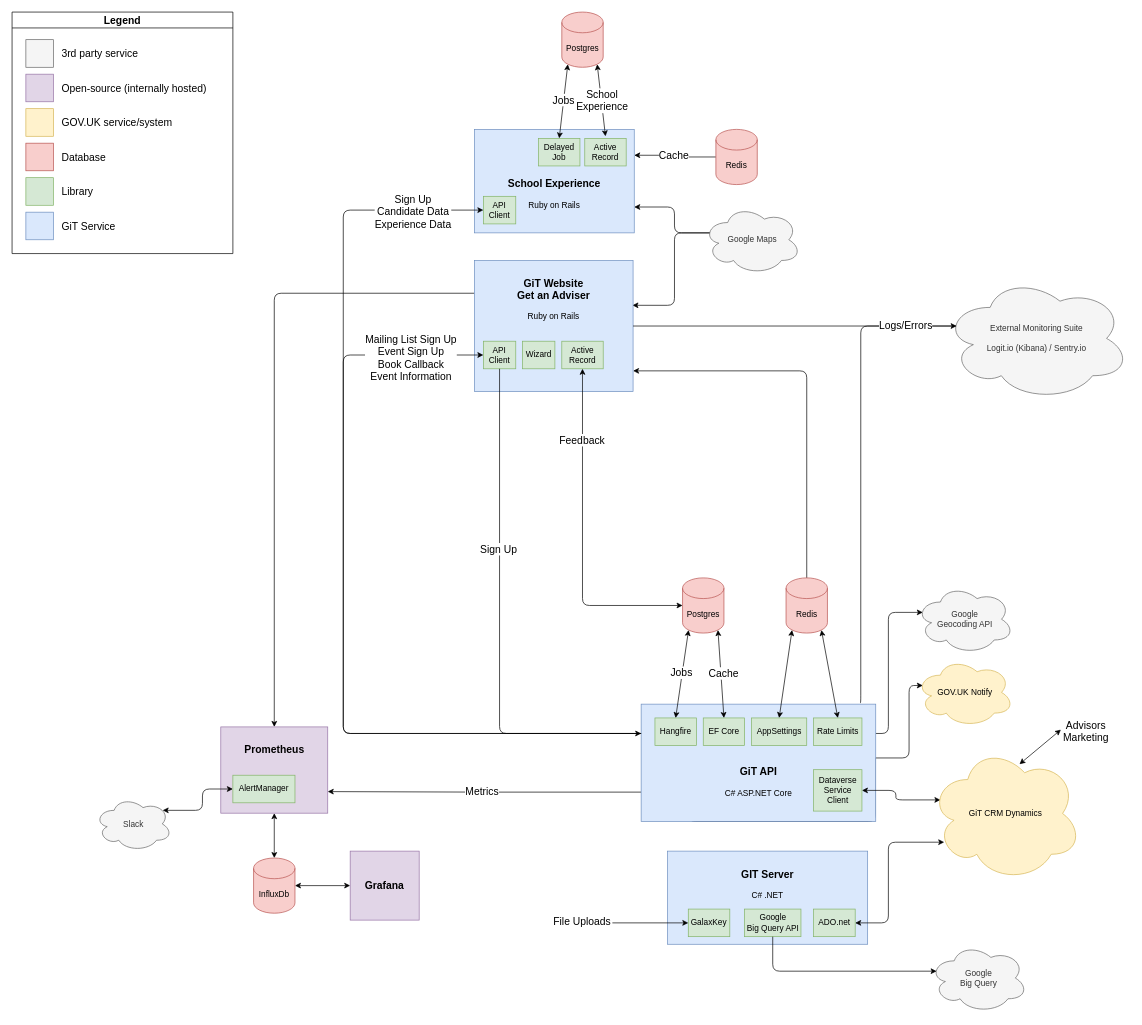
Above: docs/architecture/architecture.drawio in DFE-Digital/get-into-teaching-api (draw.io), before the change. Source tidied: cells renumbered, new cells numbered last; positions are measured from the earlier drawing's top-left corner, leaving out a move shared by most shapes. Both pictures are drawn from the tidied source at 69%, with x=0, y=0 at pixel (12, 12).
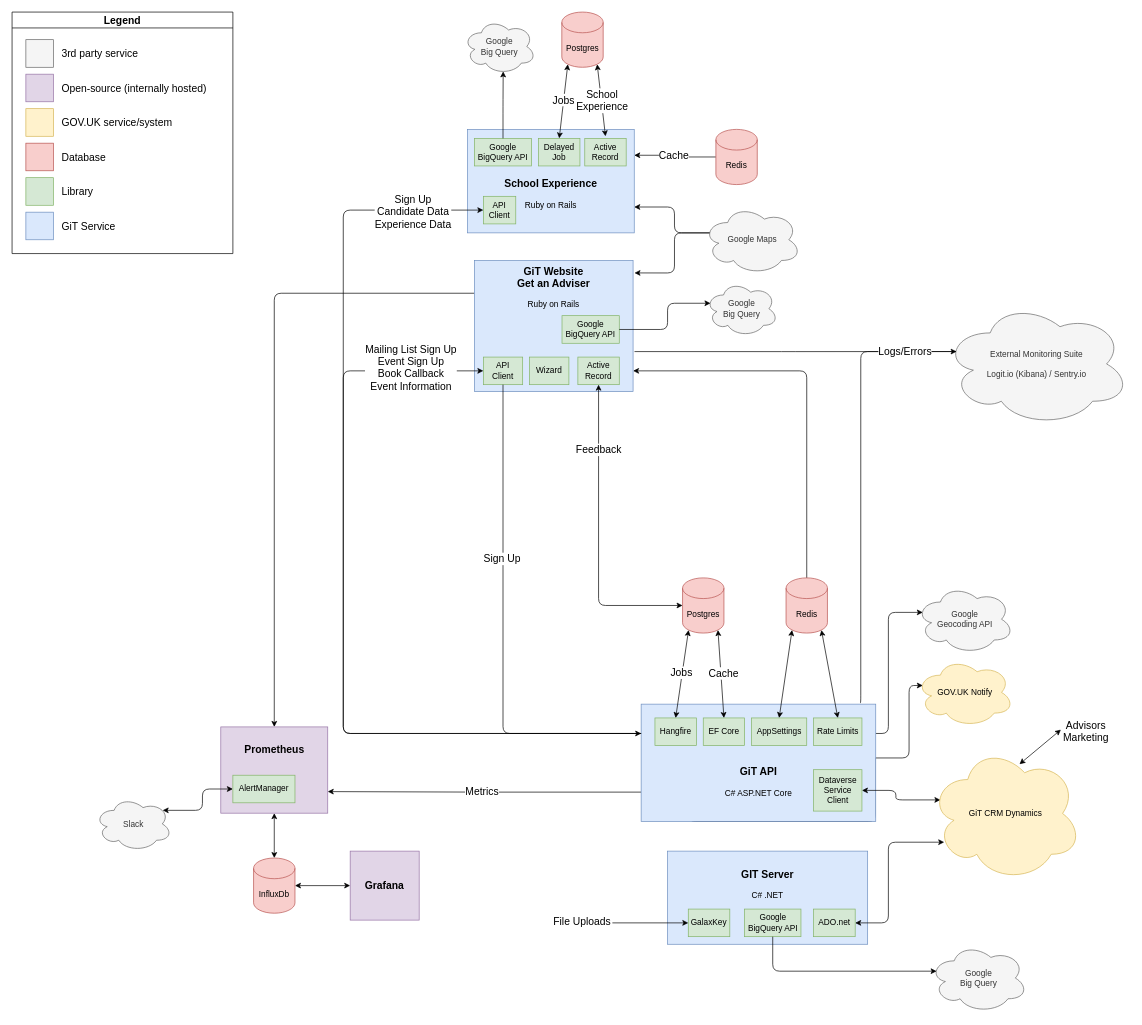
The same diagram, later.

Commit message (it also covers changes not shown here):
Action review comments

The change refers to these unchanged cells:
```xml
<mxCell id="20" value="&lt;b style=&quot;font-size: 15px&quot;&gt;&lt;br&gt;&lt;br&gt;&lt;br&gt;GiT API&lt;br&gt;&lt;/b&gt;&lt;br&gt;C# ASP.NET Core" style="whiteSpace=wrap;html=1;align=center;fillColor=#dae8fc;strokeColor=#6c8ebf;" parent="1" vertex="1">
  <mxGeometry x="911.7" y="1003" width="340" height="170" as="geometry" />
</mxCell>
<mxCell id="74" value="Google Maps" style="ellipse;shape=cloud;whiteSpace=wrap;html=1;fillColor=#f5f5f5;fontColor=#333333;strokeColor=#666666;" parent="1" vertex="1">
  <mxGeometry x="1001.7" y="280" width="141.7" height="100" as="geometry" />
</mxCell>
```

Change to the diagram source:
```diff
@@
     <mxCell id="19" style="edgeStyle=orthogonalEdgeStyle;rounded=1;jettySize=auto;html=1;exitX=0.933;exitY=-0.012;exitDx=0;exitDy=0;entryX=0.07;entryY=0.4;entryDx=0;entryDy=0;entryPerimeter=0;fontSize=15;startArrow=none;startFill=0;endArrow=none;endFill=0;exitPerimeter=0;" parent="1" edge="1" source="20" target="73">
       <mxGeometry relative="1" as="geometry">
         <Array as="points">
           <mxPoint x="1230" y="1001" />
-          <mxPoint x="1230" y="455" />
+          <mxPoint x="1230" y="492" />
         </Array>
       </mxGeometry>
     </mxCell>
@@
-    <mxCell id="23" style="edgeStyle=orthogonalEdgeStyle;rounded=1;jettySize=auto;html=1;exitX=0.996;exitY=0.342;exitDx=0;exitDy=0;entryX=0.07;entryY=0.4;entryDx=0;entryDy=0;entryPerimeter=0;fontSize=15;startArrow=classic;startFill=1;endArrow=none;endFill=0;exitPerimeter=0;" parent="1" edge="1" source="24" target="74">
+    <mxCell id="23" style="edgeStyle=orthogonalEdgeStyle;rounded=1;jettySize=auto;html=1;exitX=1.009;exitY=0.095;exitDx=0;exitDy=0;entryX=0.07;entryY=0.4;entryDx=0;entryDy=0;entryPerimeter=0;fontSize=15;startArrow=classic;startFill=1;endArrow=none;endFill=0;exitPerimeter=0;" parent="1" edge="1" source="24" target="74">
       <mxGeometry relative="1" as="geometry">
         <Array as="points">
-          <mxPoint x="960" y="425" />
+          <mxPoint x="960" y="378" />
           <mxPoint x="960" y="320" />
         </Array>
       </mxGeometry>
     </mxCell>
-    <mxCell id="24" value="&lt;b style=&quot;font-size: 15px&quot;&gt;&lt;br&gt;GiT Website&lt;br&gt;Get an Adviser&lt;br&gt;&lt;/b&gt;&lt;br&gt;Ruby on Rails" style="whiteSpace=wrap;html=1;fillColor=#dae8fc;strokeColor=#6c8ebf;verticalAlign=top;" parent="1" vertex="1">
+    <mxCell id="24" value="&lt;b style=&quot;font-size: 15px&quot;&gt;GiT Website&lt;br&gt;Get an Adviser&lt;br&gt;&lt;/b&gt;&lt;br&gt;Ruby on Rails" style="whiteSpace=wrap;html=1;fillColor=#dae8fc;strokeColor=#6c8ebf;verticalAlign=top;" parent="1" vertex="1">
       <mxGeometry x="670" y="360" width="230" height="190" as="geometry" />
     </mxCell>
@@
     <mxCell id="47" value="&lt;span style=&quot;font-size: 15px&quot;&gt;&lt;b&gt;&lt;br&gt;&lt;br&gt;School Experience&lt;br&gt;&lt;/b&gt;&lt;/span&gt;&lt;br&gt;Ruby on Rails" style="whiteSpace=wrap;html=1;fillColor=#dae8fc;strokeColor=#6c8ebf;" parent="1" vertex="1">
-      <mxGeometry x="670" y="170" width="231.7" height="150" as="geometry" />
+      <mxGeometry x="660" y="170" width="241.7" height="150" as="geometry" />
     </mxCell>
@@
     <mxCell id="62" value="Active&lt;br&gt;Record" style="whiteSpace=wrap;html=1;fillColor=#d5e8d4;strokeColor=#82b366;" parent="1" vertex="1">
-      <mxGeometry x="796.7" y="477" width="60" height="40" as="geometry" />
+      <mxGeometry x="820" y="500" width="60" height="40" as="geometry" />
     </mxCell>
@@
     <mxCell id="65" style="edgeStyle=orthogonalEdgeStyle;jettySize=auto;html=1;exitX=0;exitY=0.5;exitDx=0;exitDy=0;fontSize=15;startArrow=classic;startFill=1;endArrow=none;endFill=0;entryX=0;entryY=0.25;entryDx=0;entryDy=0;" parent="1" edge="1" source="67" target="20">
       <mxGeometry relative="1" as="geometry">
         <Array as="points">
-          <mxPoint x="480" y="497" />
+          <mxPoint x="480" y="520" />
           <mxPoint x="480" y="1046" />
         </Array>
       </mxGeometry>
     </mxCell>
@@
     <mxCell id="67" value="API&lt;br&gt;Client" style="whiteSpace=wrap;html=1;fillColor=#d5e8d4;strokeColor=#82b366;" parent="1" vertex="1">
-      <mxGeometry x="683" y="477" width="47" height="40" as="geometry" />
+      <mxGeometry x="683" y="500" width="57" height="40" as="geometry" />
     </mxCell>
@@
     <mxCell id="73" value="External Monitoring Suite&lt;br&gt;&lt;br&gt;Logit.io (Kibana) / Sentry.io" style="ellipse;shape=cloud;whiteSpace=wrap;html=1;fillColor=#f5f5f5;fontColor=#333333;strokeColor=#666666;" parent="1" vertex="1">
-      <mxGeometry x="1350" y="383" width="270" height="180" as="geometry" />
+      <mxGeometry x="1350" y="420" width="270" height="180" as="geometry" />
     </mxCell>
@@
     <mxCell id="75" value="Wizard" style="whiteSpace=wrap;html=1;fillColor=#d5e8d4;strokeColor=#82b366;" parent="1" vertex="1">
-      <mxGeometry x="739.7" y="477" width="47" height="40" as="geometry" />
+      <mxGeometry x="750" y="500" width="57" height="40" as="geometry" />
     </mxCell>
-    <mxCell id="76" style="edgeStyle=orthogonalEdgeStyle;jettySize=auto;html=1;exitX=1;exitY=0.5;exitDx=0;exitDy=0;fontSize=15;startArrow=none;startFill=0;endArrow=classic;endFill=1;entryX=0.07;entryY=0.4;entryDx=0;entryDy=0;entryPerimeter=0;" parent="1" edge="1" source="24" target="73">
+    <mxCell id="76" style="edgeStyle=orthogonalEdgeStyle;jettySize=auto;html=1;exitX=1.009;exitY=0.695;exitDx=0;exitDy=0;fontSize=15;startArrow=none;startFill=0;endArrow=classic;endFill=1;entryX=0.07;entryY=0.4;entryDx=0;entryDy=0;entryPerimeter=0;exitPerimeter=0;" parent="1" edge="1" source="24" target="73">
       <mxGeometry relative="1" as="geometry" />
     </mxCell>
@@
-    <mxCell id="85" value="Google&lt;br&gt;Big Query API" style="whiteSpace=wrap;html=1;fillColor=#d5e8d4;strokeColor=#82b366;" parent="1" vertex="1">
+    <mxCell id="85" value="Google&lt;br&gt;BigQuery API" style="whiteSpace=wrap;html=1;fillColor=#d5e8d4;strokeColor=#82b366;" parent="1" vertex="1">
       <mxGeometry x="1061.5" y="1300" width="81.8" height="40" as="geometry" />
     </mxCell>
@@
+    <mxCell id="89" value="Google BigQuery API" style="whiteSpace=wrap;html=1;fillColor=#d5e8d4;strokeColor=#82b366;" parent="1" vertex="1">
+      <mxGeometry x="797" y="440" width="83" height="40" as="geometry" />
+    </mxCell>
+    <mxCell id="90" value="Google&lt;br&gt;Big Query" style="ellipse;shape=cloud;whiteSpace=wrap;html=1;fillColor=#f5f5f5;fontColor=#333333;strokeColor=#666666;" parent="1" vertex="1">
+      <mxGeometry x="1004.8" y="390" width="105.2" height="80" as="geometry" />
+    </mxCell>
+    <mxCell id="91" style="edgeStyle=orthogonalEdgeStyle;jettySize=auto;html=1;entryX=0.07;entryY=0.4;entryDx=0;entryDy=0;entryPerimeter=0;startArrow=none;startFill=0;endArrow=classic;endFill=1;exitX=1;exitY=0.5;exitDx=0;exitDy=0;" parent="1" edge="1" source="89" target="90">
+      <mxGeometry relative="1" as="geometry">
+        <Array as="points">
+          <mxPoint x="950" y="460" />
+          <mxPoint x="950" y="422" />
+        </Array>
+      </mxGeometry>
+    </mxCell>
+    <mxCell id="92" value="Google BigQuery API" style="whiteSpace=wrap;html=1;fillColor=#d5e8d4;strokeColor=#82b366;" parent="1" vertex="1">
+      <mxGeometry x="670" y="183" width="83" height="40" as="geometry" />
+    </mxCell>
+    <mxCell id="93" value="Google&lt;br&gt;Big Query" style="ellipse;shape=cloud;whiteSpace=wrap;html=1;fillColor=#f5f5f5;fontColor=#333333;strokeColor=#666666;" parent="1" vertex="1">
+      <mxGeometry x="653.9" y="10" width="105.2" height="80" as="geometry" />
+    </mxCell>
+    <mxCell id="94" style="edgeStyle=orthogonalEdgeStyle;jettySize=auto;html=1;entryX=0.55;entryY=0.95;entryDx=0;entryDy=0;entryPerimeter=0;startArrow=none;startFill=0;endArrow=classic;endFill=1;exitX=0.5;exitY=0;exitDx=0;exitDy=0;" parent="1" edge="1" source="92" target="93">
+      <mxGeometry relative="1" as="geometry" />
+    </mxCell>
```
